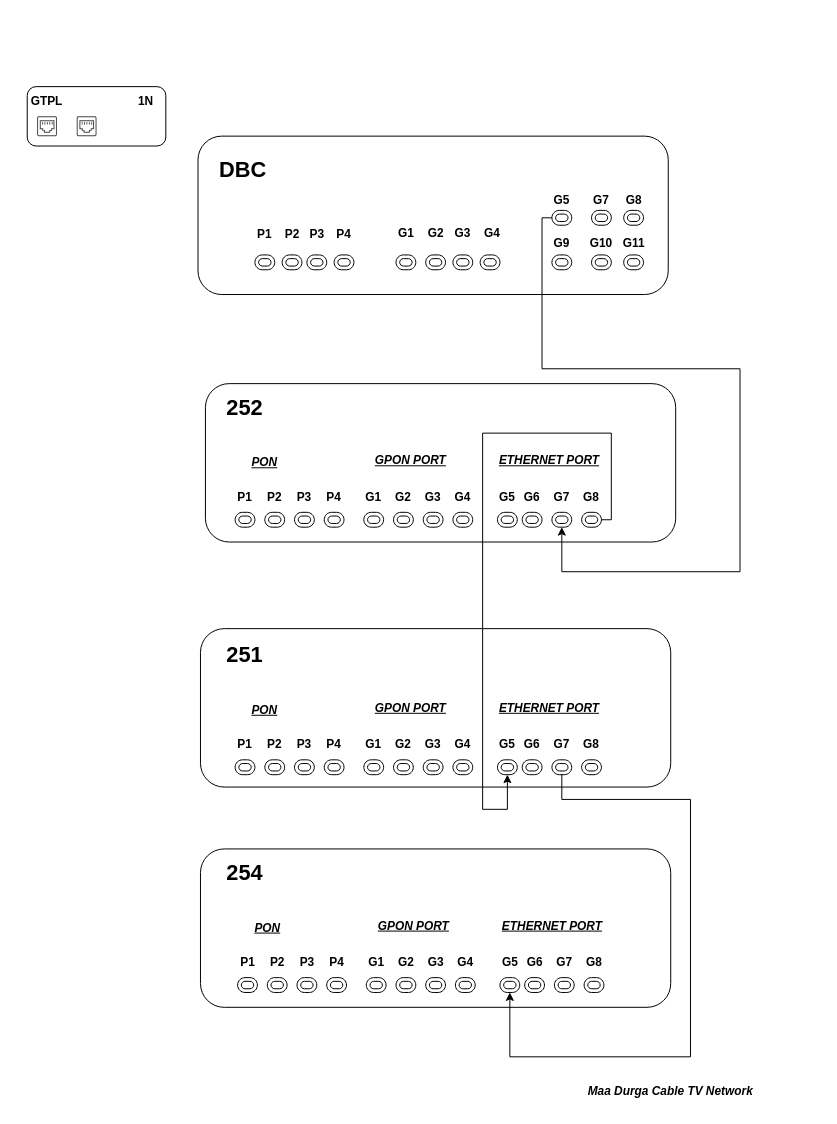
Earlier version of the draw.io diagram GPTLCircuitDiagram.drawio (Spyware0412/GPTLConnectionDiagram). Source tidied: cells renumbered, new cells numbered last; positions are measured from the earlier drawing's top-left corner, leaving out a move shared by most shapes. Both pictures are drawn from the tidied source at 99%, with x=0, y=0 at pixel (17, 86).
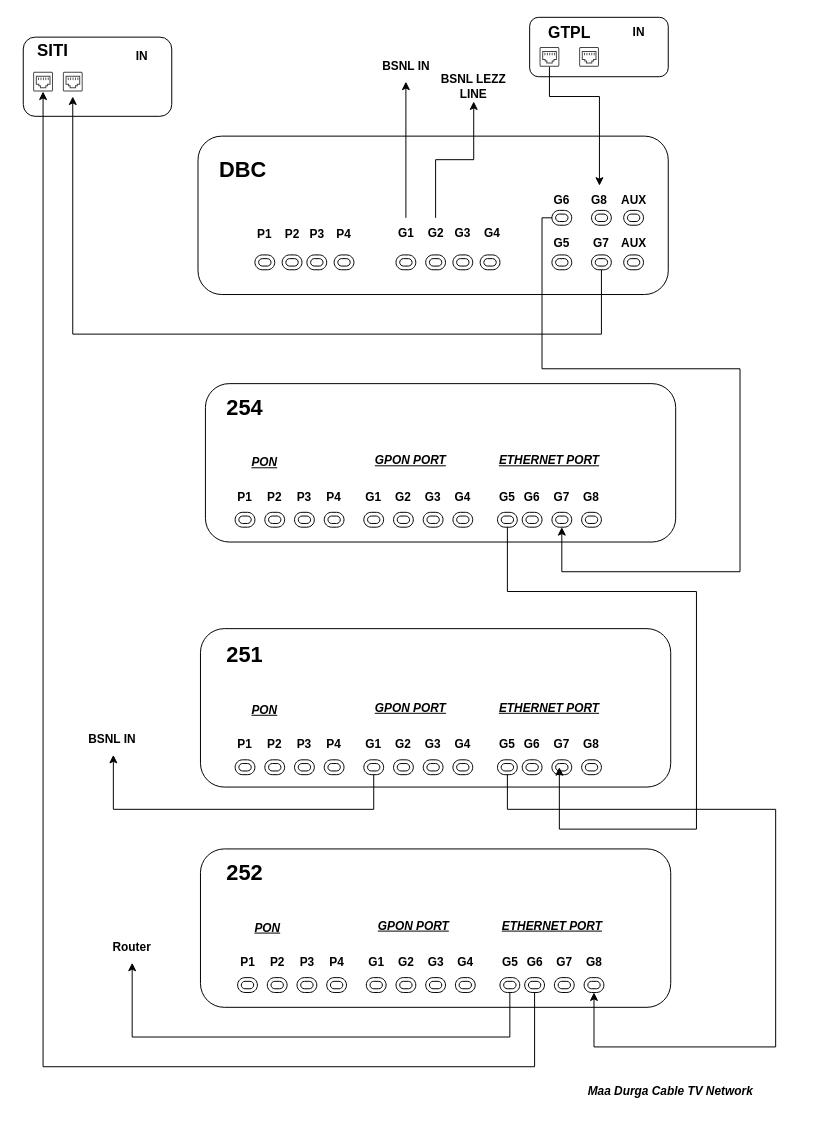
The same page after the edit.

The change refers to these unchanged cells:
```xml
<mxCell id="8" style="verticalLabelPosition=bottom;verticalAlign=top;html=1;shape=mxgraph.basic.rounded_frame;dx=10;whiteSpace=wrap;labelBackgroundColor=none;rounded=1;" parent="1" vertex="1">
  <mxGeometry x="580" y="170" width="20" height="15" as="geometry" />
</mxCell>
<mxCell id="22" value="&lt;b&gt;G1&lt;/b&gt;" style="text;html=1;strokeColor=none;fillColor=none;align=center;verticalAlign=middle;whiteSpace=wrap;rounded=1;labelBackgroundColor=none;" parent="1" vertex="1">
  <mxGeometry x="362.5" y="132.5" width="60" height="30" as="geometry" />
</mxCell>
<mxCell id="23" value="&lt;b&gt;G2&lt;/b&gt;" style="text;html=1;strokeColor=none;fillColor=none;align=center;verticalAlign=middle;whiteSpace=wrap;rounded=1;labelBackgroundColor=none;" parent="1" vertex="1">
  <mxGeometry x="392.5" y="132.5" width="60" height="30" as="geometry" />
</mxCell>
<mxCell id="34" style="verticalLabelPosition=bottom;verticalAlign=top;html=1;shape=mxgraph.basic.rounded_frame;dx=10;whiteSpace=wrap;labelBackgroundColor=none;rounded=1;" parent="1" vertex="1">
  <mxGeometry x="485" y="430" width="20" height="15" as="geometry" />
</mxCell>
<mxCell id="37" style="verticalLabelPosition=bottom;verticalAlign=top;html=1;shape=mxgraph.basic.rounded_frame;dx=10;whiteSpace=wrap;labelBackgroundColor=none;rounded=1;" parent="1" vertex="1">
  <mxGeometry x="570" y="430" width="20" height="15" as="geometry" />
</mxCell>
<mxCell id="58" style="verticalLabelPosition=bottom;verticalAlign=top;html=1;shape=mxgraph.basic.rounded_frame;dx=10;whiteSpace=wrap;labelBackgroundColor=none;rounded=1;" parent="1" vertex="1">
  <mxGeometry x="350" y="680" width="20" height="15" as="geometry" />
</mxCell>
<mxCell id="62" style="verticalLabelPosition=bottom;verticalAlign=top;html=1;shape=mxgraph.basic.rounded_frame;dx=10;whiteSpace=wrap;labelBackgroundColor=none;rounded=1;" parent="1" vertex="1">
  <mxGeometry x="485" y="680" width="20" height="15" as="geometry" />
</mxCell>
<mxCell id="92" style="verticalLabelPosition=bottom;verticalAlign=top;html=1;shape=mxgraph.basic.rounded_frame;dx=10;whiteSpace=wrap;labelBackgroundColor=none;rounded=1;" parent="1" vertex="1">
  <mxGeometry x="487.5" y="900" width="20" height="15" as="geometry" />
</mxCell>
<mxCell id="93" style="verticalLabelPosition=bottom;verticalAlign=top;html=1;shape=mxgraph.basic.rounded_frame;dx=10;whiteSpace=wrap;labelBackgroundColor=none;rounded=1;" parent="1" vertex="1">
  <mxGeometry x="512.5" y="900" width="20" height="15" as="geometry" />
</mxCell>
<mxCell id="95" style="verticalLabelPosition=bottom;verticalAlign=top;html=1;shape=mxgraph.basic.rounded_frame;dx=10;whiteSpace=wrap;labelBackgroundColor=none;rounded=1;" parent="1" vertex="1">
  <mxGeometry x="572.5" y="900" width="20" height="15" as="geometry" />
</mxCell>
```

Diff of the diagram source:
```diff
@@
+    <mxCell id="53" style="rounded=1;whiteSpace=wrap;html=1;labelBackgroundColor=none;" parent="1" vertex="1">
+      <mxGeometry x="185" y="547.5" width="475" height="160" as="geometry" />
+    </mxCell>
+    <mxCell id="130" style="rounded=1;whiteSpace=wrap;html=1;" parent="1" vertex="1">
+      <mxGeometry x="6" y="-50" width="150" height="80" as="geometry" />
+    </mxCell>
@@
     <mxCell id="3" style="rounded=1;whiteSpace=wrap;html=1;labelBackgroundColor=none;" parent="1" vertex="1">
-      <mxGeometry x="10" width="140" height="60" as="geometry" />
+      <mxGeometry x="517.5" y="-70" width="140" height="60" as="geometry" />
     </mxCell>
     <mxCell id="4" style="sketch=0;shadow=0;dashed=0;html=1;strokeColor=none;labelPosition=center;verticalLabelPosition=bottom;verticalAlign=top;align=center;shape=mxgraph.vvd.ethernet_port;labelBackgroundColor=none;rounded=1;" parent="1" vertex="1">
-      <mxGeometry x="20" y="30" width="20" height="20" as="geometry" />
+      <mxGeometry x="527.5" y="-40" width="20" height="20" as="geometry" />
     </mxCell>
     <mxCell id="5" style="sketch=0;shadow=0;dashed=0;html=1;strokeColor=none;labelPosition=center;verticalLabelPosition=bottom;verticalAlign=top;align=center;shape=mxgraph.vvd.ethernet_port;labelBackgroundColor=none;rounded=1;" parent="1" vertex="1">
-      <mxGeometry x="50" y="30" width="20" height="20" as="geometry" />
+      <mxGeometry x="557.5" y="-40" width="20" height="20" as="geometry" />
     </mxCell>
-    <mxCell id="6" value="&lt;b&gt;1N&lt;/b&gt;" style="text;html=1;strokeColor=none;fillColor=none;align=center;verticalAlign=middle;whiteSpace=wrap;rounded=1;labelBackgroundColor=none;" parent="1" vertex="1">
-      <mxGeometry x="100" width="60" height="30" as="geometry" />
+    <mxCell id="6" value="&lt;b&gt;IN&lt;/b&gt;" style="text;html=1;strokeColor=none;fillColor=none;align=center;verticalAlign=middle;whiteSpace=wrap;rounded=1;labelBackgroundColor=none;" parent="1" vertex="1">
+      <mxGeometry x="597.5" y="-70" width="60" height="30" as="geometry" />
     </mxCell>
@@
+    <mxCell id="131" style="edgeStyle=orthogonalEdgeStyle;rounded=0;jettySize=auto;html=1;entryX=0.5;entryY=1.25;entryDx=0;entryDy=0;entryPerimeter=0;" parent="1" edge="1" source="8" target="139">
+      <mxGeometry relative="1" as="geometry">
+        <Array as="points">
+          <mxPoint x="590" y="250" />
+          <mxPoint x="56" y="250" />
+        </Array>
+      </mxGeometry>
+    </mxCell>
@@
+    <mxCell id="132" style="edgeStyle=orthogonalEdgeStyle;rounded=0;jettySize=auto;html=1;" parent="1" edge="1" source="22" target="142">
+      <mxGeometry relative="1" as="geometry" />
+    </mxCell>
@@
+    <mxCell id="133" style="edgeStyle=orthogonalEdgeStyle;rounded=0;jettySize=auto;html=1;" parent="1" edge="1" source="23" target="143">
+      <mxGeometry relative="1" as="geometry" />
+    </mxCell>
@@
-    <mxCell id="53" style="rounded=1;whiteSpace=wrap;html=1;labelBackgroundColor=none;" parent="1" vertex="1">
-      <mxGeometry x="185" y="547.5" width="475" height="160" as="geometry" />
-    </mxCell>
@@
+    <mxCell id="134" style="edgeStyle=orthogonalEdgeStyle;rounded=0;jettySize=auto;html=1;" parent="1" edge="1" source="58" target="144">
+      <mxGeometry relative="1" as="geometry">
+        <Array as="points">
+          <mxPoint x="360" y="730" />
+          <mxPoint x="97" y="730" />
+        </Array>
+      </mxGeometry>
+    </mxCell>
@@
+    <mxCell id="64" style="verticalLabelPosition=bottom;verticalAlign=top;html=1;shape=mxgraph.basic.rounded_frame;dx=10;whiteSpace=wrap;labelBackgroundColor=none;rounded=1;" parent="1" vertex="1">
+      <mxGeometry x="540" y="680" width="20" height="15" as="geometry" />
+    </mxCell>
@@
-    <mxCell id="64" style="verticalLabelPosition=bottom;verticalAlign=top;html=1;shape=mxgraph.basic.rounded_frame;dx=10;whiteSpace=wrap;labelBackgroundColor=none;rounded=1;" parent="1" vertex="1">
-      <mxGeometry x="540" y="680" width="20" height="15" as="geometry" />
-    </mxCell>
@@
+    <mxCell id="135" style="edgeStyle=orthogonalEdgeStyle;rounded=0;jettySize=auto;html=1;entryX=0.5;entryY=0;entryDx=0;entryDy=0;" parent="1" edge="1" source="81" target="123">
+      <mxGeometry relative="1" as="geometry">
+        <Array as="points">
+          <mxPoint x="538" y="10" />
+          <mxPoint x="588" y="10" />
+        </Array>
+      </mxGeometry>
+    </mxCell>
     <mxCell id="81" style="sketch=0;shadow=0;dashed=0;html=1;strokeColor=none;fillColor=#434445;labelPosition=center;verticalLabelPosition=bottom;verticalAlign=top;align=center;outlineConnect=0;shape=mxgraph.vvd.ethernet_port;rounded=1;" parent="1" vertex="1">
-      <mxGeometry x="20" y="30" width="20" height="20" as="geometry" />
+      <mxGeometry x="527.5" y="-40" width="20" height="20" as="geometry" />
     </mxCell>
     <mxCell id="82" style="sketch=0;shadow=0;dashed=0;html=1;strokeColor=none;fillColor=#434445;labelPosition=center;verticalLabelPosition=bottom;verticalAlign=top;align=center;shape=mxgraph.vvd.ethernet_port;rounded=1;" parent="1" vertex="1">
-      <mxGeometry x="60" y="30" width="20" height="20" as="geometry" />
+      <mxGeometry x="567.5" y="-40" width="20" height="20" as="geometry" />
     </mxCell>
@@
+    <mxCell id="136" style="edgeStyle=orthogonalEdgeStyle;rounded=0;jettySize=auto;html=1;" parent="1" edge="1" source="92" target="147">
+      <mxGeometry relative="1" as="geometry">
+        <Array as="points">
+          <mxPoint x="498" y="960" />
+          <mxPoint x="116" y="960" />
+        </Array>
+      </mxGeometry>
+    </mxCell>
@@
+    <mxCell id="137" style="edgeStyle=orthogonalEdgeStyle;rounded=0;jettySize=auto;html=1;" parent="1" edge="1" source="93" target="138">
+      <mxGeometry relative="1" as="geometry">
+        <Array as="points">
+          <mxPoint x="523" y="990" />
+          <mxPoint x="26" y="990" />
+        </Array>
+      </mxGeometry>
+    </mxCell>
@@
-    <mxCell id="112" value="&lt;b&gt;&lt;font style=&quot;font-size: 22px;&quot;&gt;252&lt;/font&gt;&lt;/b&gt;" style="text;html=1;strokeColor=none;fillColor=none;align=center;verticalAlign=middle;whiteSpace=wrap;rounded=0;" parent="1" vertex="1">
+    <mxCell id="112" value="&lt;b&gt;&lt;font style=&quot;font-size: 22px;&quot;&gt;254&lt;/font&gt;&lt;/b&gt;" style="text;html=1;strokeColor=none;fillColor=none;align=center;verticalAlign=middle;whiteSpace=wrap;rounded=0;" parent="1" vertex="1">
       <mxGeometry x="200" y="310" width="60" height="30" as="geometry" />
     </mxCell>
-    <mxCell id="113" value="&lt;b&gt;&lt;font style=&quot;font-size: 22px;&quot;&gt;254&lt;/font&gt;&lt;/b&gt;" style="text;html=1;strokeColor=none;fillColor=none;align=center;verticalAlign=middle;whiteSpace=wrap;rounded=0;" parent="1" vertex="1">
+    <mxCell id="113" value="&lt;b&gt;&lt;font style=&quot;font-size: 22px;&quot;&gt;252&lt;/font&gt;&lt;/b&gt;" style="text;html=1;strokeColor=none;fillColor=none;align=center;verticalAlign=middle;whiteSpace=wrap;rounded=0;" parent="1" vertex="1">
       <mxGeometry x="200" y="780" width="60" height="30" as="geometry" />
     </mxCell>
@@
-    <mxCell id="119" value="&lt;b&gt;G9&lt;/b&gt;" style="text;html=1;strokeColor=none;fillColor=none;align=center;verticalAlign=middle;whiteSpace=wrap;rounded=1;labelBackgroundColor=none;" parent="1" vertex="1">
+    <mxCell id="119" value="&lt;b&gt;G5&lt;/b&gt;" style="text;html=1;strokeColor=none;fillColor=none;align=center;verticalAlign=middle;whiteSpace=wrap;rounded=1;labelBackgroundColor=none;" parent="1" vertex="1">
       <mxGeometry x="520" y="142.5" width="60" height="30" as="geometry" />
     </mxCell>
-    <mxCell id="120" value="&lt;b&gt;G10&lt;/b&gt;" style="text;html=1;strokeColor=none;fillColor=none;align=center;verticalAlign=middle;whiteSpace=wrap;rounded=1;labelBackgroundColor=none;" parent="1" vertex="1">
+    <mxCell id="120" value="&lt;b&gt;G7&lt;/b&gt;" style="text;html=1;strokeColor=none;fillColor=none;align=center;verticalAlign=middle;whiteSpace=wrap;rounded=1;labelBackgroundColor=none;" parent="1" vertex="1">
       <mxGeometry x="560" y="142.5" width="60" height="30" as="geometry" />
     </mxCell>
-    <mxCell id="121" value="&lt;b&gt;G11&lt;/b&gt;" style="text;html=1;strokeColor=none;fillColor=none;align=center;verticalAlign=middle;whiteSpace=wrap;rounded=1;labelBackgroundColor=none;" parent="1" vertex="1">
+    <mxCell id="121" value="&lt;b&gt;AUX&lt;/b&gt;" style="text;html=1;strokeColor=none;fillColor=none;align=center;verticalAlign=middle;whiteSpace=wrap;rounded=1;labelBackgroundColor=none;" parent="1" vertex="1">
       <mxGeometry x="592.5" y="142.5" width="60" height="30" as="geometry" />
     </mxCell>
-    <mxCell id="122" value="&lt;b&gt;G8&lt;/b&gt;" style="text;html=1;strokeColor=none;fillColor=none;align=center;verticalAlign=middle;whiteSpace=wrap;rounded=1;labelBackgroundColor=none;" parent="1" vertex="1">
+    <mxCell id="122" value="&lt;b&gt;AUX&lt;/b&gt;" style="text;html=1;strokeColor=none;fillColor=none;align=center;verticalAlign=middle;whiteSpace=wrap;rounded=1;labelBackgroundColor=none;" parent="1" vertex="1">
       <mxGeometry x="592.5" y="100" width="60" height="30" as="geometry" />
     </mxCell>
-    <mxCell id="123" value="&lt;b&gt;G7&lt;/b&gt;" style="text;html=1;strokeColor=none;fillColor=none;align=center;verticalAlign=middle;whiteSpace=wrap;rounded=1;labelBackgroundColor=none;" parent="1" vertex="1">
-      <mxGeometry x="560" y="100" width="60" height="30" as="geometry" />
+    <mxCell id="123" value="&lt;b&gt;G8&lt;/b&gt;" style="text;html=1;strokeColor=none;fillColor=none;align=center;verticalAlign=middle;whiteSpace=wrap;rounded=1;labelBackgroundColor=none;" parent="1" vertex="1">
+      <mxGeometry x="560" y="100" width="56" height="30" as="geometry" />
     </mxCell>
-    <mxCell id="124" value="&lt;b&gt;G5&lt;/b&gt;" style="text;html=1;strokeColor=none;fillColor=none;align=center;verticalAlign=middle;whiteSpace=wrap;rounded=1;labelBackgroundColor=none;" parent="1" vertex="1">
+    <mxCell id="124" value="&lt;b&gt;G6&lt;/b&gt;" style="text;html=1;strokeColor=none;fillColor=none;align=center;verticalAlign=middle;whiteSpace=wrap;rounded=1;labelBackgroundColor=none;" parent="1" vertex="1">
       <mxGeometry x="520" y="100" width="60" height="30" as="geometry" />
     </mxCell>
@@
-    <mxCell id="126" style="edgeStyle=orthogonalEdgeStyle;rounded=0;jettySize=auto;html=1;entryX=0.5;entryY=1;entryDx=0;entryDy=0;entryPerimeter=0;" parent="1" edge="1" source="37" target="62">
-      <mxGeometry relative="1" as="geometry">
-        <Array as="points">
-          <mxPoint x="600" y="438" />
-          <mxPoint x="600" y="350" />
-          <mxPoint x="470" y="350" />
-          <mxPoint x="470" y="730" />
-          <mxPoint x="495" y="730" />
-        </Array>
-      </mxGeometry>
-    </mxCell>
-    <mxCell id="127" style="edgeStyle=orthogonalEdgeStyle;rounded=0;jettySize=auto;html=1;entryX=0.5;entryY=1;entryDx=0;entryDy=0;entryPerimeter=0;" parent="1" edge="1" source="64" target="92">
-      <mxGeometry relative="1" as="geometry">
-        <Array as="points">
-          <mxPoint x="550" y="720" />
-          <mxPoint x="680" y="720" />
-          <mxPoint x="680" y="980" />
-          <mxPoint x="498" y="980" />
-        </Array>
-      </mxGeometry>
-    </mxCell>
@@
-    <mxCell id="129" value="&lt;b&gt;GTPL&lt;/b&gt;" style="text;html=1;strokeColor=none;fillColor=none;align=center;verticalAlign=middle;whiteSpace=wrap;rounded=0;" parent="1" vertex="1">
-      <mxGeometry width="60" height="30" as="geometry" />
+    <mxCell id="129" value="&lt;b&gt;&lt;font style=&quot;font-size: 16px;&quot;&gt;GTPL&lt;/font&gt;&lt;/b&gt;" style="text;html=1;strokeColor=none;fillColor=none;align=center;verticalAlign=middle;whiteSpace=wrap;rounded=0;" parent="1" vertex="1">
+      <mxGeometry x="527.5" y="-70" width="60" height="30" as="geometry" />
     </mxCell>
+    <mxCell id="138" style="sketch=0;shadow=0;dashed=0;html=1;strokeColor=none;fillColor=#434445;labelPosition=center;verticalLabelPosition=bottom;verticalAlign=top;align=center;outlineConnect=0;shape=mxgraph.vvd.ethernet_port;" parent="1" vertex="1">
+      <mxGeometry x="16" y="-15" width="20" height="20" as="geometry" />
+    </mxCell>
+    <mxCell id="139" style="sketch=0;shadow=0;dashed=0;html=1;strokeColor=none;fillColor=#434445;labelPosition=center;verticalLabelPosition=bottom;verticalAlign=top;align=center;outlineConnect=0;shape=mxgraph.vvd.ethernet_port;" parent="1" vertex="1">
+      <mxGeometry x="46" y="-15" width="20" height="20" as="geometry" />
+    </mxCell>
+    <mxCell id="140" value="&lt;b&gt;IN&lt;/b&gt;" style="text;html=1;strokeColor=none;fillColor=none;align=center;verticalAlign=middle;whiteSpace=wrap;rounded=0;" parent="1" vertex="1">
+      <mxGeometry x="96" y="-45" width="60" height="30" as="geometry" />
+    </mxCell>
+    <mxCell id="141" value="&lt;b&gt;&lt;font style=&quot;font-size: 17px;&quot;&gt;SITI&lt;/font&gt;&lt;/b&gt;" style="text;html=1;strokeColor=none;fillColor=none;align=center;verticalAlign=middle;whiteSpace=wrap;rounded=0;" parent="1" vertex="1">
+      <mxGeometry x="6" y="-50" width="60" height="30" as="geometry" />
+    </mxCell>
+    <mxCell id="142" value="&lt;b&gt;BSNL IN&lt;/b&gt;" style="text;html=1;strokeColor=none;fillColor=none;align=center;verticalAlign=middle;whiteSpace=wrap;rounded=0;" parent="1" vertex="1">
+      <mxGeometry x="362.5" y="-35" width="60" height="30" as="geometry" />
+    </mxCell>
+    <mxCell id="143" value="&lt;b&gt;BSNL LEZZ LINE&lt;/b&gt;" style="text;html=1;strokeColor=none;fillColor=none;align=center;verticalAlign=middle;whiteSpace=wrap;rounded=0;" parent="1" vertex="1">
+      <mxGeometry x="416" y="-15" width="90" height="30" as="geometry" />
+    </mxCell>
+    <mxCell id="144" value="&lt;b&gt;BSNL IN&lt;/b&gt;" style="text;html=1;strokeColor=none;fillColor=none;align=center;verticalAlign=middle;whiteSpace=wrap;rounded=0;" parent="1" vertex="1">
+      <mxGeometry x="66" y="645" width="60" height="30" as="geometry" />
+    </mxCell>
+    <mxCell id="145" style="edgeStyle=orthogonalEdgeStyle;rounded=0;jettySize=auto;html=1;entryX=0;entryY=0.5;entryDx=7.500000000000001;entryDy=0;entryPerimeter=0;" parent="1" edge="1" source="34" target="64">
+      <mxGeometry relative="1" as="geometry">
+        <Array as="points">
+          <mxPoint x="495" y="510" />
+          <mxPoint x="686" y="510" />
+          <mxPoint x="686" y="750" />
+          <mxPoint x="548" y="750" />
+        </Array>
+      </mxGeometry>
+    </mxCell>
+    <mxCell id="146" style="edgeStyle=orthogonalEdgeStyle;rounded=0;jettySize=auto;html=1;entryX=0.5;entryY=1;entryDx=0;entryDy=0;entryPerimeter=0;" parent="1" edge="1" source="62" target="95">
+      <mxGeometry relative="1" as="geometry">
+        <Array as="points">
+          <mxPoint x="495" y="730" />
+          <mxPoint x="766" y="730" />
+          <mxPoint x="766" y="970" />
+          <mxPoint x="583" y="970" />
+        </Array>
+      </mxGeometry>
+    </mxCell>
+    <mxCell id="147" value="&lt;b&gt;Router&lt;/b&gt;" style="text;html=1;strokeColor=none;fillColor=none;align=center;verticalAlign=middle;whiteSpace=wrap;rounded=0;" parent="1" vertex="1">
+      <mxGeometry x="86" y="855" width="60" height="30" as="geometry" />
+    </mxCell>
```
